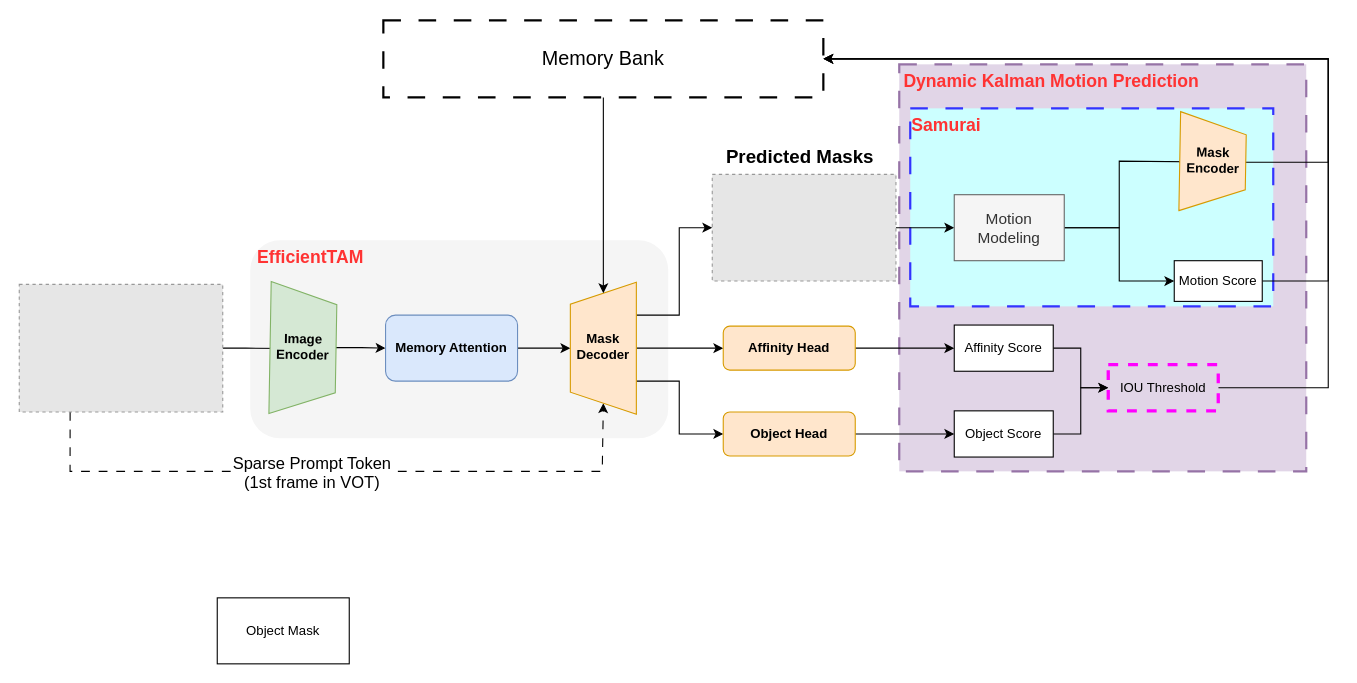
The draw.io diagram WorkSpace/ObjectTrack/2025-trackArch.drawio in mailonghua/drawio, before the edit. Source tidied: cells renumbered, new cells numbered last; positions are measured from the earlier drawing's top-left corner, leaving out a move shared by most shapes. Both pictures are drawn from the tidied source at 110%, with x=0, y=0 at pixel (19, 20). Pictures stored in the file or linked from it are replaced by grey dashed boxes.
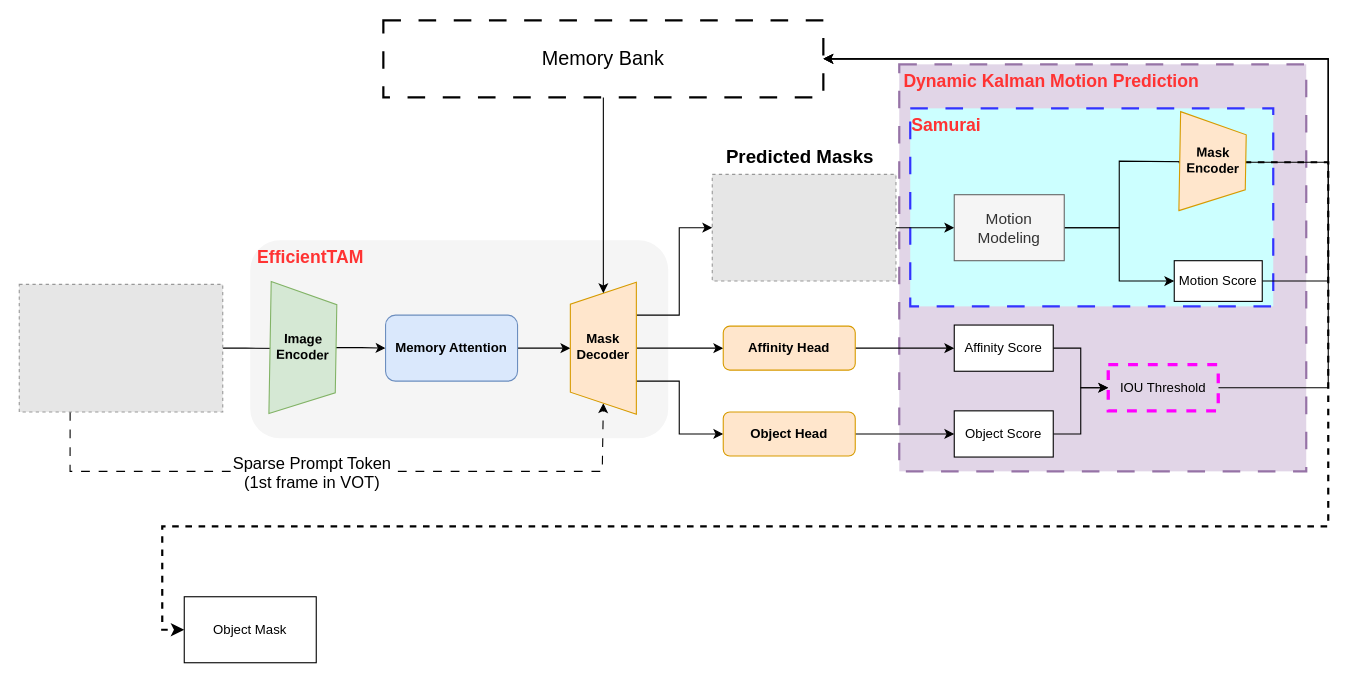
The same diagram, later.

The change refers to these unchanged cells:
```xml
<mxCell id="32" value="Mask&lt;br&gt;Encoder" style="shape=trapezoid;perimeter=trapezoidPerimeter;whiteSpace=wrap;html=1;fixedSize=1;rotation=-89;textDirection=vertical-rl;flipH=0;flipV=1;fillColor=#ffe6cc;strokeColor=#d79b00;fontStyle=1;" parent="1" vertex="1">
  <mxGeometry x="1040" y="98.5" width="90" height="60" as="geometry" />
</mxCell>
```

Diff of the diagram source:
```diff
@@
+    <mxCell id="43" style="edgeStyle=orthogonalEdgeStyle;rounded=0;jettySize=auto;html=1;exitX=0.5;exitY=0;exitDx=0;exitDy=0;entryX=0;entryY=0.5;entryDx=0;entryDy=0;strokeWidth=2;dashed=1;" parent="1" edge="1" source="32" target="41">
+      <mxGeometry relative="1" as="geometry">
+        <Array as="points">
+          <mxPoint x="1190" y="129" />
+          <mxPoint x="1190" y="460" />
+          <mxPoint x="130" y="460" />
+          <mxPoint x="130" y="554" />
+        </Array>
+      </mxGeometry>
+    </mxCell>
@@
     <mxCell id="41" value="Object Mask" style="rounded=0;whiteSpace=wrap;html=1;" parent="1" vertex="1">
-      <mxGeometry x="180" y="525" width="120" height="60" as="geometry" />
+      <mxGeometry x="150" y="524" width="120" height="60" as="geometry" />
     </mxCell>
```
